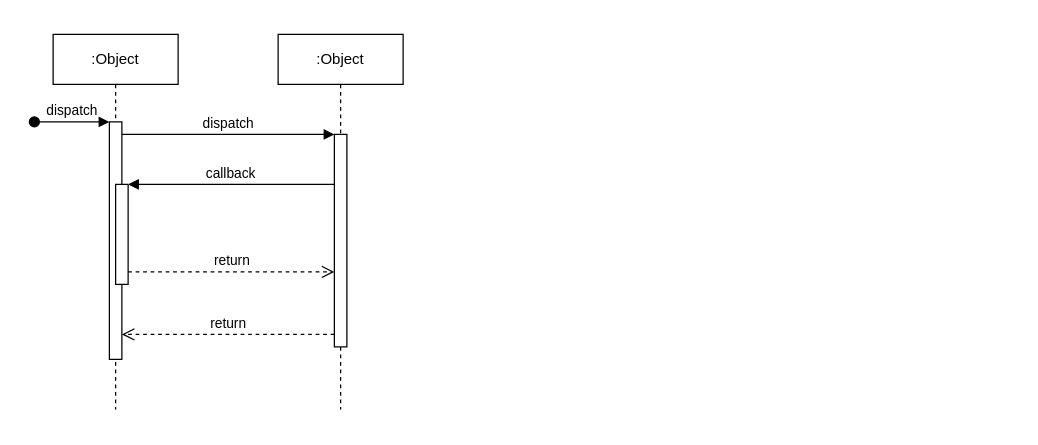
IvoRum/ChatUnity keeps this draw.io diagram as documentation/ReciveMessages.drawio. Above is the earlier version. Source tidied: cells renumbered, new cells numbered last; positions are measured from the earlier drawing's top-left corner, leaving out a move shared by most shapes. Both pictures are drawn from the tidied source at 125%, with x=0, y=0 at pixel (34, 34).
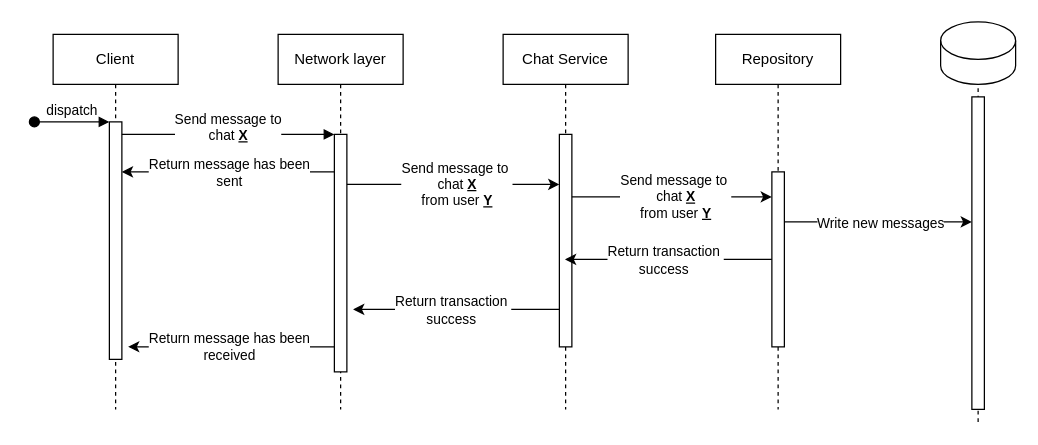
Above is the later version.

Unchanged cells that the change refers to:
```xml
<mxCell id="3" style="html=1;points=[];perimeter=orthogonalPerimeter;outlineConnect=0;targetShapes=umlLifeline;portConstraint=eastwest;newEdgeStyle={&quot;edgeStyle&quot;:&quot;elbowEdgeStyle&quot;,&quot;elbow&quot;:&quot;vertical&quot;,&quot;curved&quot;:0,&quot;rounded&quot;:0};" parent="2" vertex="1">
  <mxGeometry x="45" y="70" width="10" height="190" as="geometry" />
</mxCell>
```

The edit, as a diff of the source:
```diff
@@
-    <mxCell id="2" value=":Object" style="shape=umlLifeline;perimeter=lifelinePerimeter;whiteSpace=wrap;html=1;newEdgeStyle={&quot;edgeStyle&quot;:&quot;elbowEdgeStyle&quot;,&quot;elbow&quot;:&quot;vertical&quot;,&quot;curved&quot;:0,&quot;rounded&quot;:0};" parent="1" vertex="1">
+    <mxCell id="2" value="Client" style="shape=umlLifeline;perimeter=lifelinePerimeter;whiteSpace=wrap;html=1;newEdgeStyle={&quot;edgeStyle&quot;:&quot;elbowEdgeStyle&quot;,&quot;elbow&quot;:&quot;vertical&quot;,&quot;curved&quot;:0,&quot;rounded&quot;:0};" parent="1" vertex="1">
       <mxGeometry x="15" width="100" height="300" as="geometry" />
     </mxCell>
@@
-    <mxCell id="5" style="html=1;points=[];perimeter=orthogonalPerimeter;outlineConnect=0;targetShapes=umlLifeline;portConstraint=eastwest;newEdgeStyle={&quot;edgeStyle&quot;:&quot;elbowEdgeStyle&quot;,&quot;elbow&quot;:&quot;vertical&quot;,&quot;curved&quot;:0,&quot;rounded&quot;:0};" parent="2" vertex="1">
-      <mxGeometry x="50" y="120" width="10" height="80" as="geometry" />
-    </mxCell>
-    <mxCell id="6" value=":Object" style="shape=umlLifeline;perimeter=lifelinePerimeter;whiteSpace=wrap;html=1;newEdgeStyle={&quot;edgeStyle&quot;:&quot;elbowEdgeStyle&quot;,&quot;elbow&quot;:&quot;vertical&quot;,&quot;curved&quot;:0,&quot;rounded&quot;:0};" parent="1" vertex="1">
+    <mxCell id="6" value="Network layer" style="shape=umlLifeline;perimeter=lifelinePerimeter;whiteSpace=wrap;html=1;newEdgeStyle={&quot;edgeStyle&quot;:&quot;elbowEdgeStyle&quot;,&quot;elbow&quot;:&quot;vertical&quot;,&quot;curved&quot;:0,&quot;rounded&quot;:0};" parent="1" vertex="1">
       <mxGeometry x="195" width="100" height="300" as="geometry" />
     </mxCell>
     <mxCell id="7" style="html=1;points=[];perimeter=orthogonalPerimeter;outlineConnect=0;targetShapes=umlLifeline;portConstraint=eastwest;newEdgeStyle={&quot;edgeStyle&quot;:&quot;elbowEdgeStyle&quot;,&quot;elbow&quot;:&quot;vertical&quot;,&quot;curved&quot;:0,&quot;rounded&quot;:0};" parent="6" vertex="1">
-      <mxGeometry x="45" y="80" width="10" height="170" as="geometry" />
+      <mxGeometry x="45" y="80" width="10" height="190" as="geometry" />
     </mxCell>
-    <mxCell id="8" value="dispatch" style="html=1;verticalAlign=bottom;endArrow=block;edgeStyle=elbowEdgeStyle;elbow=vertical;curved=0;rounded=0;" parent="1" edge="1" source="3" target="7">
-      <mxGeometry relative="1" as="geometry">
+    <mxCell id="8" value="Send message to&lt;br style=&quot;border-color: var(--border-color);&quot;&gt;chat&amp;nbsp;&lt;u style=&quot;border-color: var(--border-color);&quot;&gt;&lt;b style=&quot;border-color: var(--border-color);&quot;&gt;X&lt;/b&gt;&lt;/u&gt;" style="html=1;verticalAlign=bottom;endArrow=block;edgeStyle=elbowEdgeStyle;elbow=vertical;curved=0;rounded=0;" parent="1" edge="1" source="3" target="7">
+      <mxGeometry y="-10" relative="1" as="geometry">
         <Array as="points">
           <mxPoint x="155" y="80" />
         </Array>
       </mxGeometry>
     </mxCell>
+    <mxCell id="12" value="Chat Service" style="shape=umlLifeline;perimeter=lifelinePerimeter;whiteSpace=wrap;html=1;outlineConnect=0;portConstraint=eastwest;newEdgeStyle={&quot;edgeStyle&quot;:&quot;elbowEdgeStyle&quot;,&quot;elbow&quot;:&quot;vertical&quot;,&quot;curved&quot;:0,&quot;rounded&quot;:0};" parent="1" vertex="1">
+      <mxGeometry x="375" width="100" height="300" as="geometry" />
+    </mxCell>
+    <mxCell id="13" style="html=1;perimeter=orthogonalPerimeter;targetShapes=umlLifeline;newEdgeStyle={&quot;edgeStyle&quot;:&quot;elbowEdgeStyle&quot;,&quot;elbow&quot;:&quot;vertical&quot;,&quot;curved&quot;:0,&quot;rounded&quot;:0};" parent="12" vertex="1">
+      <mxGeometry x="45" y="80" width="10" height="170" as="geometry" />
+    </mxCell>
+    <mxCell id="14" style="shape=cylinder3;whiteSpace=wrap;html=1;boundedLbl=1;backgroundOutline=1;size=15;" parent="1" vertex="1">
+      <mxGeometry x="725" y="-10" width="60" height="50" as="geometry" />
+    </mxCell>
+    <mxCell id="15" value="Repository" style="shape=umlLifeline;perimeter=lifelinePerimeter;whiteSpace=wrap;html=1;newEdgeStyle={&quot;edgeStyle&quot;:&quot;elbowEdgeStyle&quot;,&quot;elbow&quot;:&quot;vertical&quot;,&quot;curved&quot;:0,&quot;rounded&quot;:0};" parent="1" vertex="1">
+      <mxGeometry x="545" width="100" height="300" as="geometry" />
+    </mxCell>
+    <mxCell id="16" style="html=1;points=[];perimeter=orthogonalPerimeter;outlineConnect=0;targetShapes=umlLifeline;portConstraint=eastwest;newEdgeStyle={&quot;edgeStyle&quot;:&quot;elbowEdgeStyle&quot;,&quot;elbow&quot;:&quot;vertical&quot;,&quot;curved&quot;:0,&quot;rounded&quot;:0};" parent="15" vertex="1">
+      <mxGeometry x="45" y="110" width="10" height="140" as="geometry" />
+    </mxCell>
+    <mxCell id="17" style="edgeStyle=elbowEdgeStyle;rounded=0;orthogonalLoop=1;jettySize=auto;html=1;elbow=vertical;curved=0;" parent="1" edge="1">
+      <mxGeometry relative="1" as="geometry">
+        <mxPoint x="250" y="120" as="sourcePoint" />
+        <mxPoint x="420" y="120" as="targetPoint" />
+        <Array as="points">
+          <mxPoint x="345" y="120" />
+        </Array>
+      </mxGeometry>
+    </mxCell>
+    <mxCell id="18" value="Send message to&amp;nbsp;&lt;br&gt;chat &lt;u&gt;&lt;b&gt;X&lt;/b&gt;&lt;/u&gt;&lt;br&gt;from user &lt;b&gt;&lt;u&gt;Y&lt;/u&gt;&lt;/b&gt;" style="edgeLabel;html=1;align=center;verticalAlign=middle;" parent="17" vertex="1">
+      <mxGeometry x="0.02" y="1" relative="1" as="geometry" />
+    </mxCell>
+    <mxCell id="19" style="edgeStyle=elbowEdgeStyle;rounded=0;orthogonalLoop=1;jettySize=auto;html=1;elbow=vertical;curved=0;" parent="1" edge="1">
+      <mxGeometry relative="1" as="geometry">
+        <mxPoint x="430" y="130" as="sourcePoint" />
+        <mxPoint x="590" y="130" as="targetPoint" />
+        <Array as="points">
+          <mxPoint x="525" y="130" />
+        </Array>
+      </mxGeometry>
+    </mxCell>
+    <mxCell id="20" value="Send message to&amp;nbsp;&lt;br&gt;chat &lt;u&gt;&lt;b&gt;X&lt;/b&gt;&lt;/u&gt;&lt;br&gt;from user &lt;b&gt;&lt;u&gt;Y&lt;/u&gt;&lt;/b&gt;" style="edgeLabel;html=1;align=center;verticalAlign=middle;" parent="19" vertex="1">
+      <mxGeometry x="0.02" y="1" relative="1" as="geometry" />
+    </mxCell>
+    <mxCell id="21" style="endArrow=none;dashed=1;html=1;rounded=0;entryX=0.5;entryY=1;entryDx=0;entryDy=0;entryPerimeter=0;" parent="1" edge="1" target="14">
+      <mxGeometry relative="1" as="geometry">
+        <mxPoint x="755" y="310" as="sourcePoint" />
+      </mxGeometry>
+    </mxCell>
-    <mxCell id="9" value="return" style="html=1;verticalAlign=bottom;endArrow=open;dashed=1;endSize=8;edgeStyle=elbowEdgeStyle;elbow=vertical;curved=0;rounded=0;" parent="1" edge="1" source="7" target="3">
+    <mxCell id="9" style="edgeStyle=elbowEdgeStyle;rounded=0;jettySize=auto;html=1;elbow=horizontal;curved=0;" parent="1" edge="1" source="7" target="3">
       <mxGeometry relative="1" as="geometry">
         <Array as="points">
-          <mxPoint x="165" y="240" />
+          <mxPoint x="155" y="110" />
         </Array>
       </mxGeometry>
     </mxCell>
-    <mxCell id="10" value="callback" style="html=1;verticalAlign=bottom;endArrow=block;edgeStyle=elbowEdgeStyle;elbow=vertical;curved=0;rounded=0;" parent="1" edge="1" source="7" target="5">
-      <mxGeometry relative="1" as="geometry">
-        <Array as="points">
-          <mxPoint x="165" y="120" />
-        </Array>
-      </mxGeometry>
-    </mxCell>
-    <mxCell id="11" value="return" style="html=1;verticalAlign=bottom;endArrow=open;dashed=1;endSize=8;edgeStyle=elbowEdgeStyle;elbow=vertical;curved=0;rounded=0;" parent="1" edge="1" source="5" target="7">
-      <mxGeometry relative="1" as="geometry">
-        <Array as="points">
-          <mxPoint x="155" y="190" />
-        </Array>
-      </mxGeometry>
-    </mxCell>
+    <mxCell id="22" value="Return message has been&lt;br&gt;sent" style="edgeLabel;html=1;align=center;verticalAlign=middle;" parent="9" vertex="1">
+      <mxGeometry x="0.28" y="-2" relative="1" as="geometry">
+        <mxPoint x="24" y="2" as="offset" />
+      </mxGeometry>
+    </mxCell>
+    <mxCell id="23" style="html=1;points=[];perimeter=orthogonalPerimeter;outlineConnect=0;targetShapes=umlLifeline;portConstraint=eastwest;newEdgeStyle={&quot;edgeStyle&quot;:&quot;elbowEdgeStyle&quot;,&quot;elbow&quot;:&quot;vertical&quot;,&quot;curved&quot;:0,&quot;rounded&quot;:0};" parent="1" vertex="1">
+      <mxGeometry x="750" y="50" width="10" height="250" as="geometry" />
+    </mxCell>
+    <mxCell id="24" style="edgeStyle=elbowEdgeStyle;rounded=0;jettySize=auto;html=1;elbow=vertical;curved=0;" parent="1" edge="1" source="16" target="23">
+      <mxGeometry relative="1" as="geometry">
+        <Array as="points">
+          <mxPoint x="675" y="150" />
+        </Array>
+      </mxGeometry>
+    </mxCell>
+    <mxCell id="25" value="Write new messages" style="edgeLabel;html=1;align=center;verticalAlign=middle;" parent="24" vertex="1">
+      <mxGeometry x="-0.18" relative="1" as="geometry">
+        <mxPoint x="14" as="offset" />
+      </mxGeometry>
+    </mxCell>
+    <mxCell id="26" style="edgeStyle=elbowEdgeStyle;rounded=0;jettySize=auto;html=1;elbow=vertical;curved=0;" parent="1" edge="1" source="16" target="12">
+      <mxGeometry relative="1" as="geometry" />
+    </mxCell>
+    <mxCell id="27" value="Return transaction&amp;nbsp;&lt;br&gt;success&amp;nbsp;" style="edgeLabel;html=1;align=center;verticalAlign=middle;" parent="26" vertex="1">
+      <mxGeometry x="0.1" y="1" relative="1" as="geometry">
+        <mxPoint x="5" y="-1" as="offset" />
+      </mxGeometry>
+    </mxCell>
+    <mxCell id="28" style="edgeStyle=elbowEdgeStyle;rounded=0;orthogonalLoop=1;jettySize=auto;html=1;elbow=vertical;curved=0;" parent="1" edge="1">
+      <mxGeometry relative="1" as="geometry">
+        <mxPoint x="420" y="220" as="sourcePoint" />
+        <mxPoint x="255" y="220" as="targetPoint" />
+      </mxGeometry>
+    </mxCell>
+    <mxCell id="29" value="Return transaction&amp;nbsp;&lt;br&gt;success&amp;nbsp;" style="edgeLabel;html=1;align=center;verticalAlign=middle;" parent="28" vertex="1">
+      <mxGeometry x="0.1" y="1" relative="1" as="geometry">
+        <mxPoint x="5" y="-1" as="offset" />
+      </mxGeometry>
+    </mxCell>
+    <mxCell id="30" style="edgeStyle=elbowEdgeStyle;rounded=0;jettySize=auto;html=1;elbow=horizontal;curved=0;entryX=1.5;entryY=0.947;entryDx=0;entryDy=0;entryPerimeter=0;" parent="1" edge="1" target="3">
+      <mxGeometry relative="1" as="geometry">
+        <mxPoint x="240" y="250" as="sourcePoint" />
+      </mxGeometry>
+    </mxCell>
+    <mxCell id="31" value="Return message has been&lt;br&gt;received" style="edgeLabel;html=1;align=center;verticalAlign=middle;" parent="30" vertex="1">
+      <mxGeometry x="0.13" y="-2" relative="1" as="geometry">
+        <mxPoint x="8" y="2" as="offset" />
+      </mxGeometry>
+    </mxCell>
```
